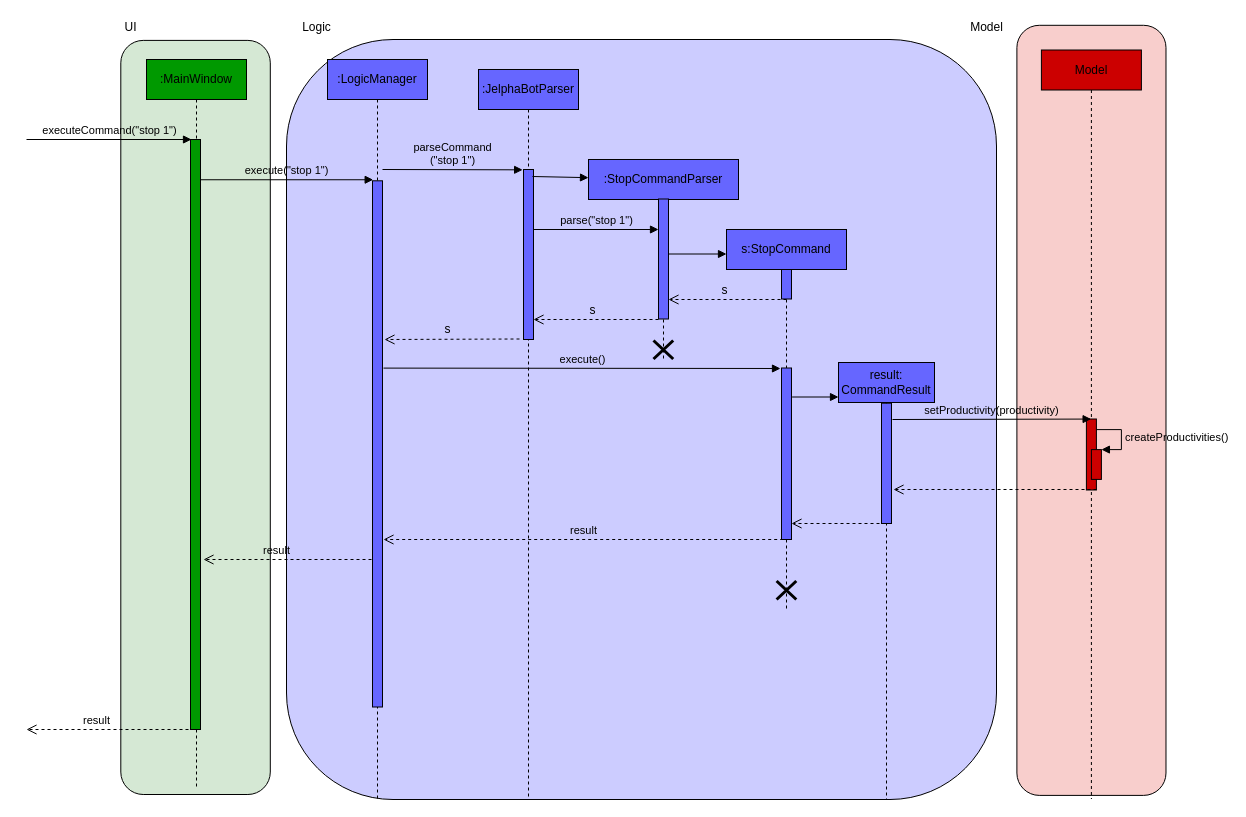
Before: docs/diagrams/StopSequenceDiagram.drawio in yapdianhao/main, a draw.io diagram. Source tidied: cells renumbered, new cells numbered last; positions are measured from the earlier drawing's top-left corner, leaving out a move shared by most shapes. Both pictures are drawn from the tidied source at 100%, with x=0, y=0 at pixel (-182, 17).
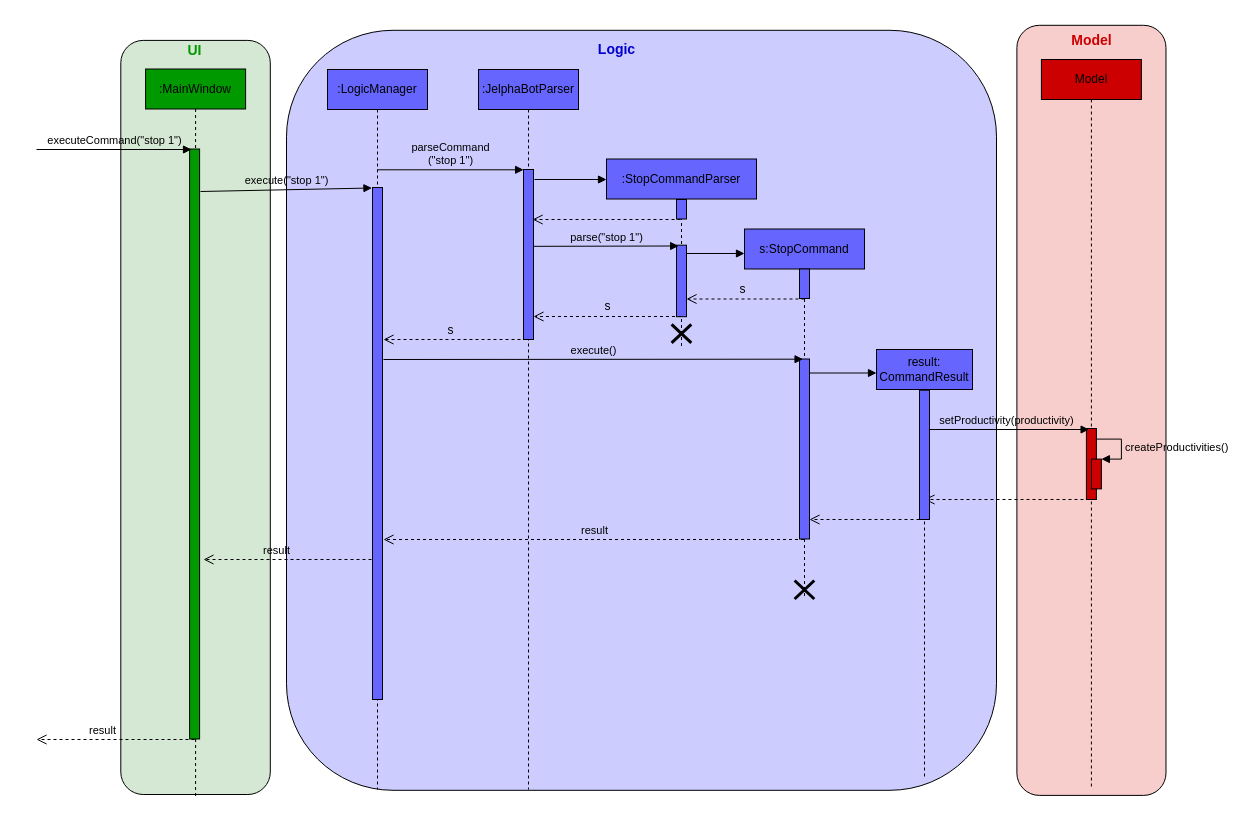
After the change.

Commit message (it also covers changes not shown here):
update stop sequence diagram

Unchanged cells that the change refers to:
```xml
<mxCell id="5" style="html=1;points=[];perimeter=orthogonalPerimeter;fillColor=#009900;" parent="4" vertex="1">
  <mxGeometry x="44" y="80" width="10" height="590" as="geometry" />
</mxCell>
<mxCell id="13" style="html=1;points=[];perimeter=orthogonalPerimeter;shadow=0;fillColor=#6666FF;" parent="12" vertex="1">
  <mxGeometry x="45" y="100" width="10" height="170" as="geometry" />
</mxCell>
<mxCell id="45" style="html=1;points=[];perimeter=orthogonalPerimeter;fillColor=#CC0000;" parent="44" vertex="1">
  <mxGeometry x="45" y="369" width="10" height="71" as="geometry" />
</mxCell>
```

Diff of the diagram source:
```diff
@@
     <mxCell id="2" style="rounded=1;whiteSpace=wrap;html=1;shadow=0;fillColor=#CCCCFF;" parent="1" vertex="1">
-      <mxGeometry x="468" y="22" width="710" height="760" as="geometry" />
+      <mxGeometry x="468" y="12.8" width="710" height="760" as="geometry" />
     </mxCell>
@@
     <mxCell id="4" value=":MainWindow" style="shape=umlLifeline;perimeter=lifelinePerimeter;whiteSpace=wrap;html=1;shadow=0;fillColor=#009900;" parent="1" vertex="1">
-      <mxGeometry x="328" y="42" width="100" height="730" as="geometry" />
+      <mxGeometry x="327.1" y="51.5" width="100" height="730" as="geometry" />
     </mxCell>
@@
-    <mxCell id="6" value="UI" style="text;html=1;align=center;verticalAlign=middle;" parent="1" vertex="1">
-      <mxGeometry x="297" width="30" height="20" as="geometry" />
+    <mxCell id="6" value="&lt;b&gt;&lt;font style=&quot;font-size: 14px&quot; color=&quot;#009900&quot;&gt;UI&lt;/font&gt;&lt;/b&gt;" style="text;html=1;align=center;verticalAlign=middle;" parent="1" vertex="1">
+      <mxGeometry x="361" y="23" width="30" height="20" as="geometry" />
     </mxCell>
-    <mxCell id="7" value="execute(&quot;stop 1&quot;)" style="html=1;verticalAlign=bottom;endArrow=block;fillColor=#4D9900;entryX=0.067;entryY=-0.002;entryDx=0;entryDy=0;entryPerimeter=0;labelBackgroundColor=none;" parent="1" edge="1" source="5" target="11">
-      <mxGeometry relative="1" as="geometry" />
+    <mxCell id="7" value="execute(&quot;stop 1&quot;)" style="html=1;verticalAlign=bottom;endArrow=block;fillColor=#4D9900;entryX=-0.055;entryY=0.001;entryDx=0;entryDy=0;entryPerimeter=0;labelBackgroundColor=none;" parent="1" edge="1" target="11">
+      <mxGeometry relative="1" as="geometry">
+        <mxPoint x="382" y="174" as="sourcePoint" />
+      </mxGeometry>
     </mxCell>
-    <mxCell id="8" value="Logic" style="text;html=1;align=center;verticalAlign=middle;" parent="1" vertex="1">
-      <mxGeometry x="478" width="40" height="20" as="geometry" />
+    <mxCell id="8" value="&lt;b&gt;&lt;font style=&quot;font-size: 14px&quot; color=&quot;#0000cc&quot;&gt;Logic&lt;/font&gt;&lt;/b&gt;" style="text;html=1;align=center;verticalAlign=middle;" parent="1" vertex="1">
+      <mxGeometry x="773" y="22" width="50" height="20" as="geometry" />
     </mxCell>
     <mxCell id="9" style="group;" parent="1" vertex="1">
-      <mxGeometry x="504" y="42" width="100" height="740" as="geometry" />
+      <mxGeometry x="504" y="52" width="100" height="720" as="geometry" />
     </mxCell>
     <mxCell id="10" value=":LogicManager" style="shape=umlLifeline;perimeter=lifelinePerimeter;whiteSpace=wrap;html=1;outlineConnect=0;shadow=0;fillColor=#6666FF;" parent="9" vertex="1">
-      <mxGeometry x="5" width="100" height="740" as="geometry" />
+      <mxGeometry x="5" width="100" height="720" as="geometry" />
     </mxCell>
     <mxCell id="11" style="html=1;points=[];perimeter=orthogonalPerimeter;shadow=0;fillColor=#6666FF;" parent="9" vertex="1">
-      <mxGeometry x="50" y="121.3" width="10" height="526.2" as="geometry" />
+      <mxGeometry x="50" y="118" width="10" height="512" as="geometry" />
     </mxCell>
     <mxCell id="12" value=":JelphaBotParser" style="shape=umlLifeline;perimeter=lifelinePerimeter;whiteSpace=wrap;html=1;shadow=0;fillColor=#6666FF;" parent="1" vertex="1">
-      <mxGeometry x="660" y="52" width="100" height="730" as="geometry" />
+      <mxGeometry x="660" y="52" width="100" height="720" as="geometry" />
     </mxCell>
@@
-    <mxCell id="14" style="html=1;verticalAlign=bottom;endArrow=block;fillColor=#4D9900;entryX=0;entryY=0.091;entryDx=0;entryDy=0;entryPerimeter=0;" parent="12" edge="1" target="16">
-      <mxGeometry relative="1" as="geometry">
-        <mxPoint x="54" y="107" as="sourcePoint" />
-      </mxGeometry>
-    </mxCell>
-    <mxCell id="15" value="result" style="html=1;verticalAlign=bottom;endArrow=open;dashed=1;endSize=8;fillColor=#4D9900;labelBackgroundColor=none;" parent="12" edge="1">
+    <mxCell id="15" value="result" style="html=1;verticalAlign=bottom;endArrow=open;dashed=1;endSize=8;fillColor=#4D9900;labelBackgroundColor=none;" parent="12" edge="1" source="22">
       <mxGeometry relative="1" as="geometry">
-        <mxPoint x="304.7" y="470" as="sourcePoint" />
         <mxPoint x="-95" y="470" as="targetPoint" />
       </mxGeometry>
     </mxCell>
     <mxCell id="16" value=":StopCommandParser" style="shape=umlLifeline;perimeter=lifelinePerimeter;whiteSpace=wrap;html=1;outlineConnect=0;shadow=0;fillColor=#6666FF;" parent="1" vertex="1">
-      <mxGeometry x="770" y="142" width="150" height="199.5" as="geometry" />
+      <mxGeometry x="788" y="141.5" width="150" height="189" as="geometry" />
     </mxCell>
+    <mxCell id="53" style="html=1;perimeter=orthogonalPerimeter;shadow=0;fillColor=#6666FF;" parent="16" vertex="1">
+      <mxGeometry x="70" y="40.5" width="10" height="19.5" as="geometry" />
+    </mxCell>
     <mxCell id="17" style="group;" parent="16" vertex="1">
-      <mxGeometry x="70" y="39.5" width="10" height="160" as="geometry" />
+      <mxGeometry x="70" y="110" width="10" height="79" as="geometry" />
     </mxCell>
     <mxCell id="18" style="group;" parent="17" vertex="1">
-      <mxGeometry width="10" height="120" as="geometry" />
+      <mxGeometry y="-23.8" width="10" height="83.1" as="geometry" />
     </mxCell>
     <mxCell id="19" style="html=1;points=[];perimeter=orthogonalPerimeter;shadow=0;fillColor=#6666FF;" parent="18" vertex="1">
-      <mxGeometry width="10" height="120" as="geometry" />
+      <mxGeometry width="10" height="71.5" as="geometry" />
     </mxCell>
-    <mxCell id="20" value="parse(&quot;stop 1&quot;)" style="html=1;verticalAlign=bottom;endArrow=block;fillColor=#4D9900;labelBackgroundColor=none;" parent="1" edge="1">
-      <mxGeometry relative="1" as="geometry">
-        <mxPoint x="715" y="212" as="sourcePoint" />
-        <mxPoint x="840" y="212" as="targetPoint" />
-      </mxGeometry>
+    <mxCell id="20" value="parse(&quot;stop 1&quot;)" style="html=1;verticalAlign=bottom;endArrow=block;fillColor=#4D9900;labelBackgroundColor=none;entryX=0.212;entryY=0.011;entryDx=0;entryDy=0;entryPerimeter=0;exitX=0.993;exitY=0.452;exitDx=0;exitDy=0;exitPerimeter=0;" parent="1" edge="1" source="13" target="19">
+      <mxGeometry relative="1" as="geometry" />
     </mxCell>
     <mxCell id="21" style="group;" parent="1" vertex="1">
-      <mxGeometry x="908" y="212" width="120" height="570" as="geometry" />
+      <mxGeometry x="926" y="211.5" width="120" height="570" as="geometry" />
     </mxCell>
     <mxCell id="22" value="s:StopCommand" style="shape=umlLifeline;perimeter=lifelinePerimeter;whiteSpace=wrap;html=1;outlineConnect=0;shadow=0;fillColor=#6666FF;" parent="21" vertex="1">
-      <mxGeometry width="120" height="380" as="geometry" />
+      <mxGeometry width="120" height="370" as="geometry" />
     </mxCell>
     <mxCell id="23" style="group;" parent="22" vertex="1">
-      <mxGeometry x="55" y="138.5" width="10" height="171.5" as="geometry" />
+      <mxGeometry x="55" y="130" width="10" height="180" as="geometry" />
     </mxCell>
     <mxCell id="24" style="html=1;points=[];perimeter=orthogonalPerimeter;shadow=0;fillColor=#6666FF;" parent="23" vertex="1">
-      <mxGeometry width="10" height="171.5" as="geometry" />
+      <mxGeometry width="10" height="180" as="geometry" />
     </mxCell>
@@
     <mxCell id="28" style="html=1;verticalAlign=bottom;endArrow=open;dashed=1;endSize=8;fillColor=#4D9900;" parent="1" edge="1">
       <mxGeometry relative="1" as="geometry">
-        <mxPoint x="968" y="282" as="sourcePoint" />
-        <mxPoint x="850" y="282" as="targetPoint" />
+        <mxPoint x="986" y="281.5" as="sourcePoint" />
+        <mxPoint x="868" y="281.5" as="targetPoint" />
       </mxGeometry>
     </mxCell>
@@
     <mxCell id="30" style="html=1;verticalAlign=bottom;endArrow=open;dashed=1;endSize=8;fillColor=#4D9900;" parent="1" edge="1">
       <mxGeometry relative="1" as="geometry">
-        <mxPoint x="840" y="302" as="sourcePoint" />
-        <mxPoint x="715" y="302" as="targetPoint" />
+        <mxPoint x="862.5" y="299" as="sourcePoint" />
+        <mxPoint x="715" y="299" as="targetPoint" />
       </mxGeometry>
     </mxCell>
     <mxCell id="31" value="s" style="text;html=1;align=center;verticalAlign=middle;labelBackgroundColor=none;" parent="30" vertex="1">
       <mxGeometry x="0.07" y="-1" relative="1" as="geometry">
-        <mxPoint y="-9" as="offset" />
+        <mxPoint x="4.5" y="-10" as="offset" />
       </mxGeometry>
     </mxCell>
-    <mxCell id="32" value="parseCommand&lt;br&gt;(&quot;stop 1&quot;)" style="html=1;verticalAlign=bottom;endArrow=block;fillColor=none;entryX=-0.086;entryY=0.002;entryDx=0;entryDy=0;entryPerimeter=0;labelBackgroundColor=none;" parent="1" edge="1" target="13">
+    <mxCell id="32" value="parseCommand&lt;br&gt;(&quot;stop 1&quot;)" style="html=1;verticalAlign=bottom;endArrow=block;fillColor=none;entryX=-0.086;entryY=0.002;entryDx=0;entryDy=0;entryPerimeter=0;labelBackgroundColor=none;" parent="1" edge="1" source="10">
       <mxGeometry relative="1" as="geometry">
-        <mxPoint x="564" y="152" as="sourcePoint" />
+        <mxPoint x="705.1" y="152.3" as="targetPoint" />
       </mxGeometry>
     </mxCell>
     <mxCell id="33" style="shape=umlDestroy;whiteSpace=wrap;html=1;strokeWidth=3;fillColor=#ffffff;" parent="1" vertex="1">
-      <mxGeometry x="835" y="323" width="19.7" height="18.5" as="geometry" />
+      <mxGeometry x="853.1" y="306.8" width="19.7" height="18.5" as="geometry" />
     </mxCell>
-    <mxCell id="34" style="html=1;verticalAlign=bottom;endArrow=open;dashed=1;endSize=8;fillColor=#4D9900;" parent="1" edge="1">
+    <mxCell id="34" style="html=1;verticalAlign=bottom;endArrow=open;dashed=1;endSize=8;fillColor=#4D9900;exitX=0.3;exitY=1;exitDx=0;exitDy=0;exitPerimeter=0;" parent="1" edge="1" source="13">
       <mxGeometry relative="1" as="geometry">
-        <mxPoint x="701" y="321.5" as="sourcePoint" />
-        <mxPoint x="566" y="322" as="targetPoint" />
+        <mxPoint x="565" y="322" as="targetPoint" />
       </mxGeometry>
     </mxCell>
@@
-    <mxCell id="36" value="execute()" style="html=1;verticalAlign=bottom;endArrow=block;fillColor=#4D9900;labelBackgroundColor=none;" parent="1" edge="1">
+    <mxCell id="36" value="execute()" style="html=1;verticalAlign=bottom;endArrow=block;fillColor=#4D9900;labelBackgroundColor=none;entryX=0.356;entryY=0.001;entryDx=0;entryDy=0;entryPerimeter=0;" parent="1" edge="1" target="24">
       <mxGeometry relative="1" as="geometry">
-        <mxPoint x="565" y="350.6" as="sourcePoint" />
-        <mxPoint x="962" y="351" as="targetPoint" />
+        <mxPoint x="565" y="342" as="sourcePoint" />
       </mxGeometry>
     </mxCell>
     <mxCell id="37" style="group;" parent="1" vertex="1">
-      <mxGeometry x="1020" y="345" width="96" height="437" as="geometry" />
+      <mxGeometry x="1088" y="332" width="96" height="437" as="geometry" />
     </mxCell>
-    <mxCell id="38" value="result:&lt;br&gt;CommandResult" style="shape=umlLifeline;perimeter=lifelinePerimeter;whiteSpace=wrap;html=1;shadow=0;fillColor=#6666FF;" parent="37" vertex="1">
-      <mxGeometry width="96" height="437" as="geometry" />
-    </mxCell>
-    <mxCell id="39" style="html=1;perimeter=orthogonalPerimeter;shadow=0;fillColor=#6666FF;" parent="38" vertex="1">
-      <mxGeometry x="43" y="40.7" width="10" height="120.3" as="geometry" />
-    </mxCell>
-    <mxCell id="40" style="html=1;verticalAlign=bottom;endArrow=block;fillColor=#4D9900;" parent="37" edge="1">
+    <mxCell id="40" style="html=1;verticalAlign=bottom;endArrow=block;fillColor=#4D9900;" parent="37" edge="1" source="24">
       <mxGeometry relative="1" as="geometry">
-        <mxPoint x="-46.4" y="34.5" as="sourcePoint" />
-        <mxPoint y="34.5" as="targetPoint" />
+        <mxPoint x="-30" y="23.5" as="targetPoint" />
       </mxGeometry>
     </mxCell>
     <mxCell id="41" style="html=1;verticalAlign=bottom;endArrow=open;dashed=1;endSize=8;fillColor=#4D9900;" parent="1" edge="1">
       <mxGeometry relative="1" as="geometry">
-        <mxPoint x="1067" y="506" as="sourcePoint" />
-        <mxPoint x="973" y="506" as="targetPoint" />
+        <mxPoint x="1101" y="502" as="sourcePoint" />
+        <mxPoint x="991" y="502" as="targetPoint" />
       </mxGeometry>
     </mxCell>
@@
     <mxCell id="44" value="Model" style="shape=umlLifeline;perimeter=lifelinePerimeter;whiteSpace=wrap;html=1;shadow=0;fillColor=#CC0000;" parent="1" vertex="1">
-      <mxGeometry x="1222.9" y="32.5" width="100" height="749" as="geometry" />
+      <mxGeometry x="1222.9" y="42" width="100" height="730" as="geometry" />
     </mxCell>
@@
     <mxCell id="48" value="result" style="html=1;verticalAlign=bottom;endArrow=open;dashed=1;endSize=8;fillColor=#4D9900;labelBackgroundColor=none;" parent="1" edge="1">
       <mxGeometry x="0.17" relative="1" as="geometry">
-        <mxPoint x="376" y="712" as="sourcePoint" />
-        <mxPoint x="208" y="712" as="targetPoint" />
+        <mxPoint x="376" y="722" as="sourcePoint" />
+        <mxPoint x="218" y="722" as="targetPoint" />
       </mxGeometry>
     </mxCell>
-    <mxCell id="49" value="setProductivity(productivity)" style="html=1;verticalAlign=bottom;endArrow=block;entryX=0.471;entryY=0.001;entryDx=0;entryDy=0;entryPerimeter=0;labelBackgroundColor=none;" parent="1" edge="1" target="45">
+    <mxCell id="49" value="setProductivity(productivity)" style="html=1;verticalAlign=bottom;endArrow=block;entryX=0.471;entryY=0.001;entryDx=0;entryDy=0;entryPerimeter=0;labelBackgroundColor=none;" parent="1" edge="1">
       <mxGeometry relative="1" as="geometry">
-        <mxPoint x="1074" y="402" as="sourcePoint" />
+        <mxPoint x="1106" y="412" as="sourcePoint" />
+        <mxPoint x="1270.6" y="412" as="targetPoint" />
       </mxGeometry>
     </mxCell>
     <mxCell id="50" style="html=1;verticalAlign=bottom;endArrow=open;dashed=1;endSize=8;" parent="1" edge="1">
       <mxGeometry relative="1" as="geometry">
-        <mxPoint x="1278" y="472" as="sourcePoint" />
-        <mxPoint x="1075" y="472" as="targetPoint" />
+        <mxPoint x="1271" y="482" as="sourcePoint" />
+        <mxPoint x="1106" y="482" as="targetPoint" />
       </mxGeometry>
     </mxCell>
-    <mxCell id="51" value="Model" style="text;html=1;align=center;verticalAlign=middle;" parent="1" vertex="1">
-      <mxGeometry x="1143" width="50" height="20" as="geometry" />
+    <mxCell id="51" value="&lt;b&gt;&lt;font color=&quot;#cc0000&quot; style=&quot;font-size: 14px&quot;&gt;Model&lt;/font&gt;&lt;/b&gt;" style="text;html=1;align=center;verticalAlign=middle;" parent="1" vertex="1">
+      <mxGeometry x="1242.9" y="12.5" width="60" height="20" as="geometry" />
     </mxCell>
     <mxCell id="52" value="executeCommand(&quot;stop 1&quot;)" style="html=1;verticalAlign=bottom;endArrow=block;fillColor=#4D9900;labelBackgroundColor=none;" parent="1" edge="1">
       <mxGeometry relative="1" as="geometry">
-        <mxPoint x="208" y="122" as="sourcePoint" />
-        <mxPoint x="373" y="122" as="targetPoint" />
+        <mxPoint x="218" y="132" as="sourcePoint" />
+        <mxPoint x="373" y="132" as="targetPoint" />
       </mxGeometry>
     </mxCell>
+    <mxCell id="54" style="html=1;verticalAlign=bottom;endArrow=block;fillColor=#4D9900;labelBackgroundColor=none;" parent="1" edge="1">
+      <mxGeometry relative="1" as="geometry">
+        <mxPoint x="716" y="162" as="sourcePoint" />
+        <mxPoint x="788" y="162" as="targetPoint" />
+      </mxGeometry>
+    </mxCell>
+    <mxCell id="55" style="html=1;verticalAlign=bottom;endArrow=open;dashed=1;endSize=8;fillColor=#4D9900;" parent="1" edge="1">
+      <mxGeometry relative="1" as="geometry">
+        <mxPoint x="862" y="202" as="sourcePoint" />
+        <mxPoint x="714.1" y="202" as="targetPoint" />
+      </mxGeometry>
+    </mxCell>
+    <mxCell id="56" value="&lt;br&gt;" style="text;html=1;align=center;verticalAlign=middle;labelBackgroundColor=none;" parent="55" vertex="1">
+      <mxGeometry x="0.07" y="-1" relative="1" as="geometry">
+        <mxPoint y="-9" as="offset" />
+      </mxGeometry>
+    </mxCell>
+    <mxCell id="38" value="result:&lt;br&gt;CommandResult" style="shape=umlLifeline;perimeter=lifelinePerimeter;whiteSpace=wrap;html=1;shadow=0;fillColor=#6666FF;" parent="1" vertex="1">
+      <mxGeometry x="1058" y="332" width="96" height="430" as="geometry" />
+    </mxCell>
+    <mxCell id="39" style="html=1;perimeter=orthogonalPerimeter;shadow=0;fillColor=#6666FF;" parent="38" vertex="1">
+      <mxGeometry x="43" y="40.7" width="10" height="129.3" as="geometry" />
+    </mxCell>
```
